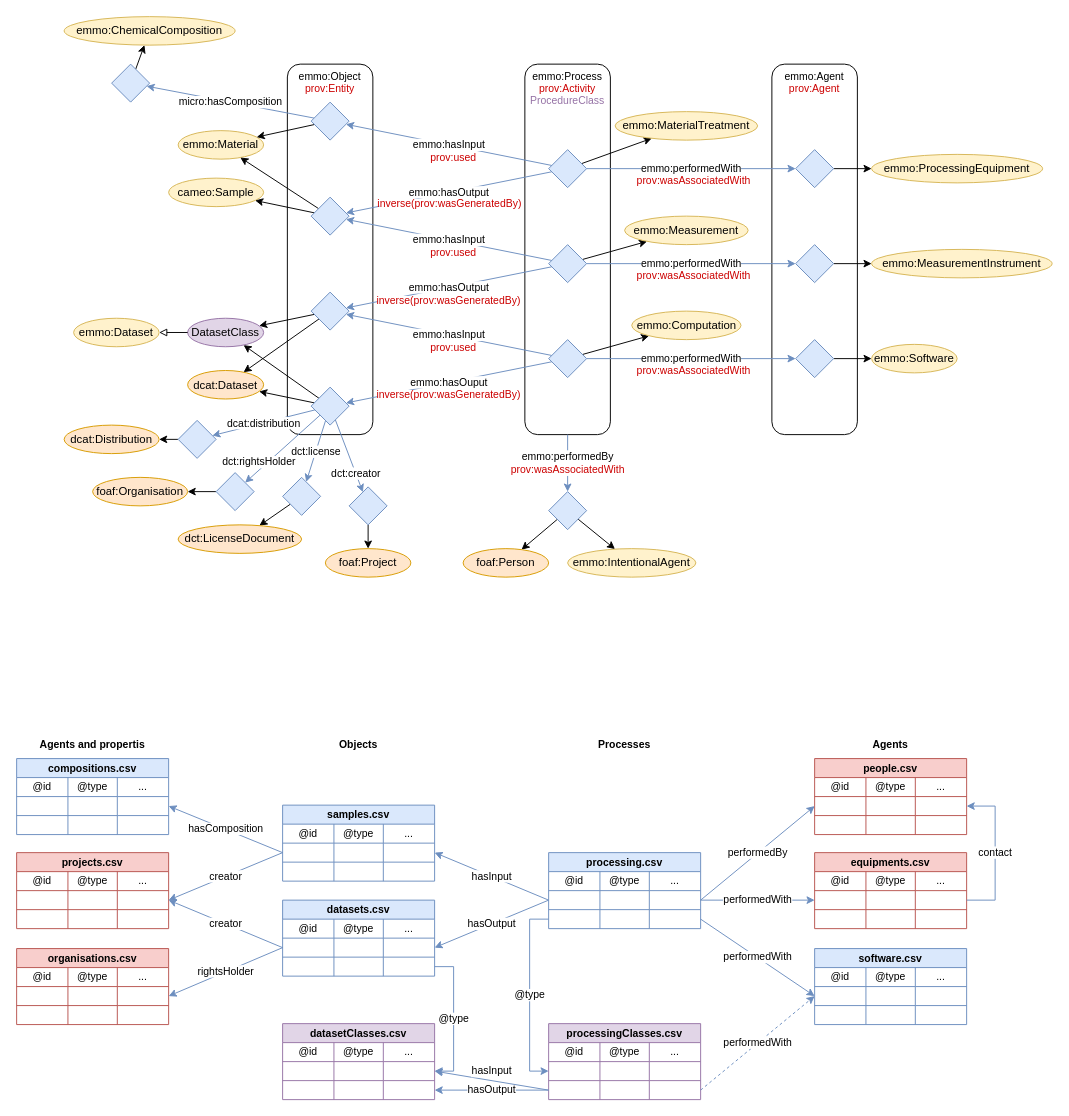
Earlier version of the draw.io diagram tables/figs/linked-data.drawio (SINTEF/physmet-data-documentation-templates). Source tidied: cells renumbered, new cells numbered last; positions are measured from the earlier drawing's top-left corner, leaving out a move shared by most shapes. Both pictures are drawn from the tidied source at 95%, with x=0, y=0 at pixel (16, 16).
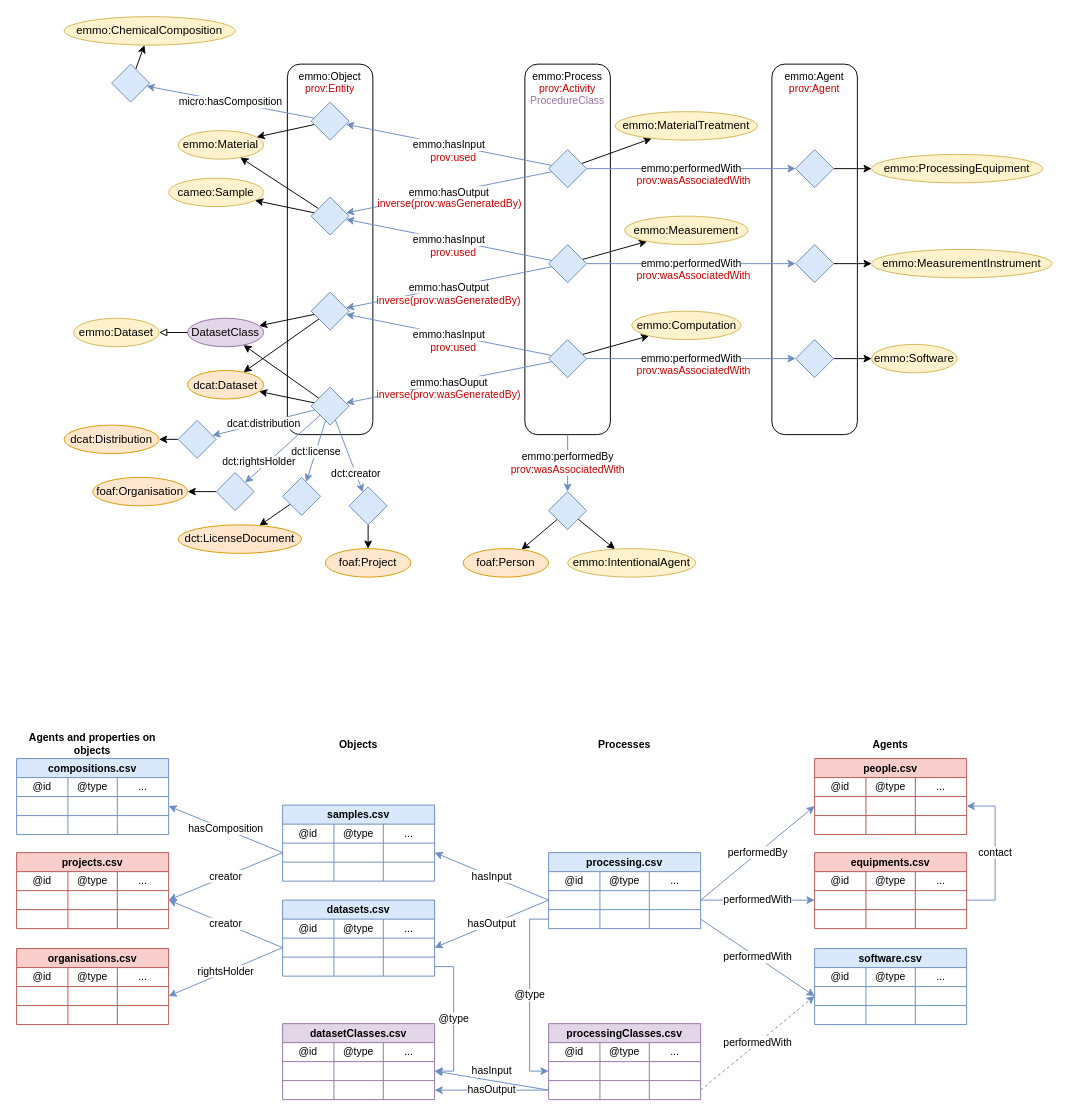
Above is the later version.

Diff of the diagram source:
```diff
@@
-    <mxCell id="244" value="&lt;b&gt;Agents and propertis&lt;/b&gt;" style="text;html=1;strokeColor=none;fillColor=none;align=center;verticalAlign=middle;whiteSpace=wrap;rounded=0;fontFamily=Helvetica;fontSize=11;fontColor=#000000;" parent="1" vertex="1">
+    <mxCell id="244" value="&lt;b&gt;Agents and properties on objects&lt;/b&gt;" style="text;html=1;strokeColor=none;fillColor=none;align=center;verticalAlign=middle;whiteSpace=wrap;rounded=0;fontFamily=Helvetica;fontSize=11;fontColor=#000000;" parent="1" vertex="1">
       <mxGeometry y="751" width="160" height="30" as="geometry" />
     </mxCell>
```
